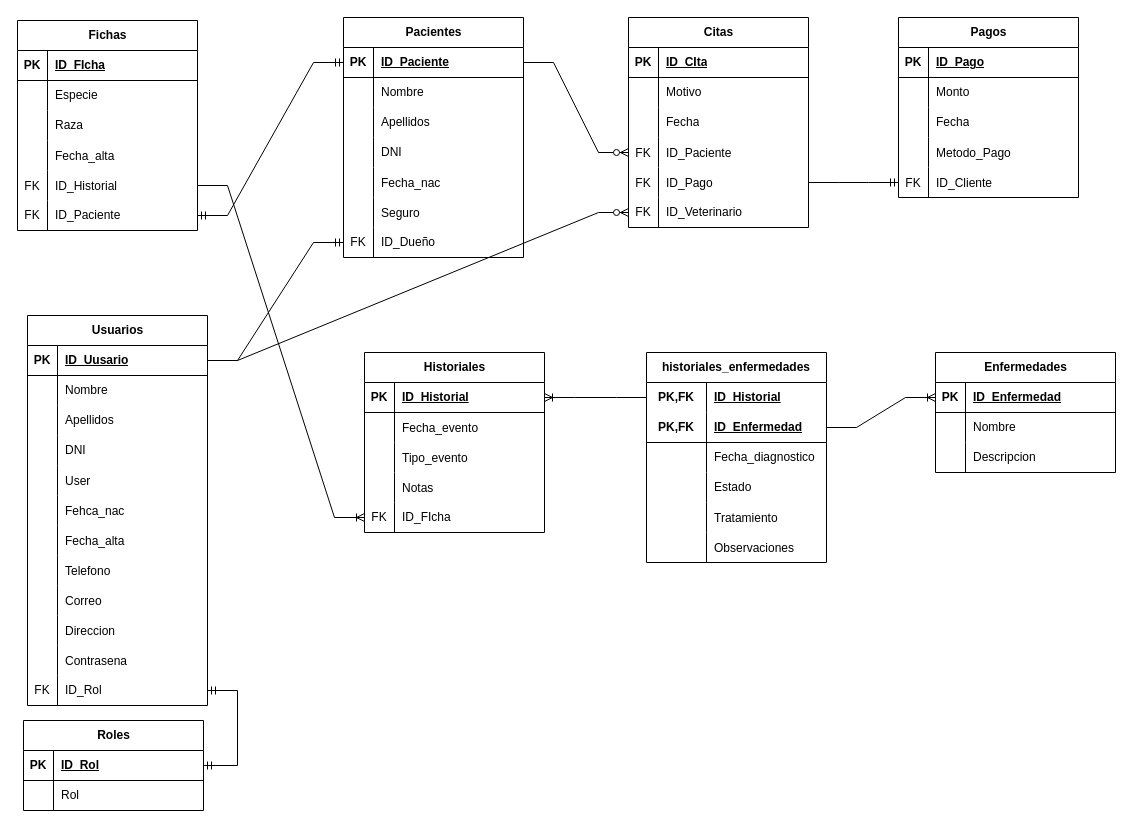
JJavierMartinez/Proyecto-final-DAM keeps this draw.io diagram as Base de datos/ERVeterniaria.drawio. Above is the earlier version. Source tidied: cells renumbered, new cells numbered last; positions are measured from the earlier drawing's top-left corner, leaving out a move shared by most shapes. Both pictures are drawn from the tidied source at 100%, with x=0, y=0 at pixel (17, 17).
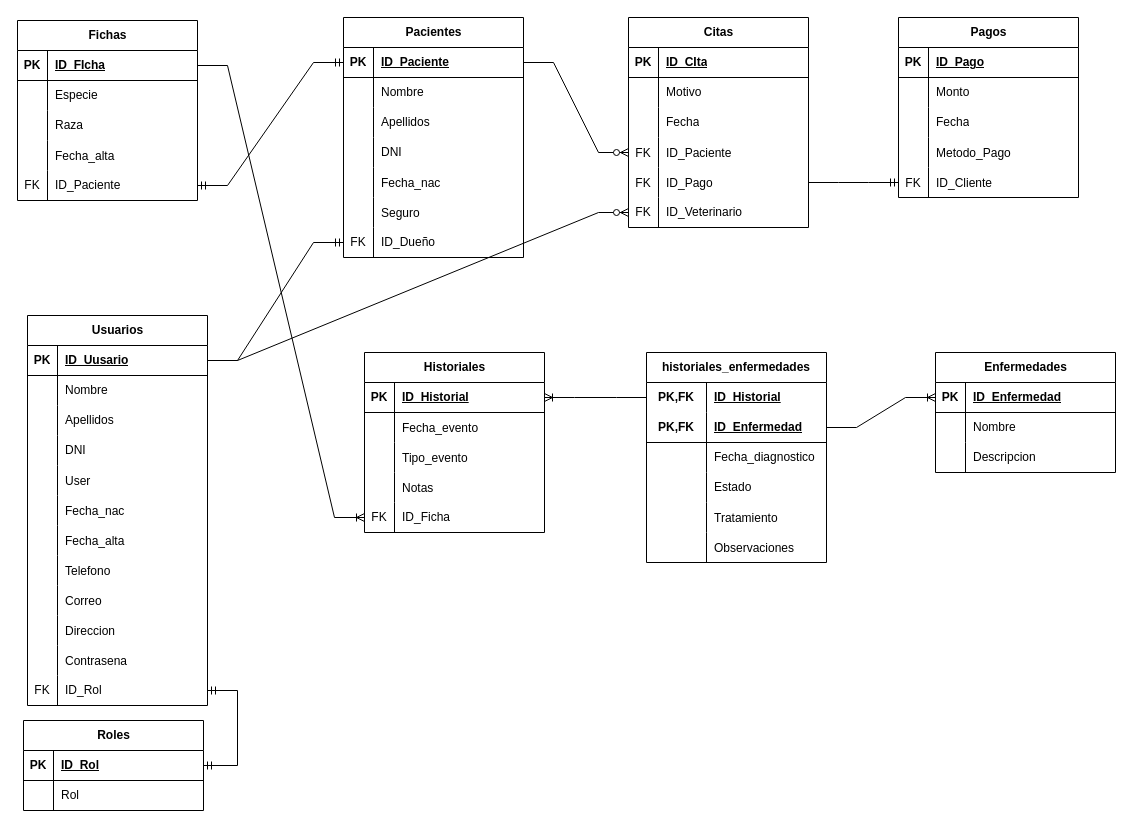
The same diagram, later.

Unchanged cells that the change refers to:
```xml
<mxCell id="18" style="shape=tableRow;horizontal=0;startSize=0;swimlaneHead=0;swimlaneBody=0;fillColor=none;top=0;left=0;right=0;bottom=0;" parent="2" vertex="1">
  <mxGeometry y="180" width="180" height="30" as="geometry" />
</mxCell>
<mxCell id="70" style="shape=tableRow;horizontal=0;startSize=0;swimlaneHead=0;swimlaneBody=0;fillColor=none;points=[[0,0.5],[1,0.5]];portConstraint=eastwest;top=0;left=0;right=0;bottom=1;" parent="69" vertex="1">
  <mxGeometry y="30" width="180" height="30" as="geometry" />
</mxCell>
<mxCell id="151" style="shape=tableRow;horizontal=0;startSize=0;swimlaneHead=0;swimlaneBody=0;fillColor=none;points=[[0,0.5],[1,0.5]];portConstraint=eastwest;top=0;left=0;right=0;bottom=0;" parent="138" vertex="1">
  <mxGeometry y="150" width="180" height="30" as="geometry" />
</mxCell>
```

Change to the diagram source:
```diff
@@
-    <mxCell id="20" value="Fehca_nac" style="shape=partialRectangle;fillColor=none;top=0;left=0;bottom=0;right=0;align=left;spacingLeft=6;overflow=hidden;" parent="18" vertex="1">
+    <mxCell id="20" value="Fecha_nac" style="shape=partialRectangle;fillColor=none;top=0;left=0;bottom=0;right=0;align=left;spacingLeft=6;overflow=hidden;" parent="18" vertex="1">
       <mxGeometry x="30" width="150" height="30" as="geometry" />
     </mxCell>
@@
     <mxCell id="69" value="Fichas" style="shape=table;startSize=30;childLayout=tableLayout;rowLines=0;fontStyle=1;align=center;html=1;" parent="1" vertex="1">
-      <mxGeometry y="3" width="180" height="210" as="geometry" />
+      <mxGeometry y="3" width="180" height="180" as="geometry" />
     </mxCell>
@@
-    <mxCell id="82" style="shape=tableRow;horizontal=0;startSize=0;swimlaneHead=0;swimlaneBody=0;fillColor=none;points=[[0,0.5],[1,0.5]];portConstraint=eastwest;top=0;left=0;right=0;bottom=0;" parent="69" vertex="1">
-      <mxGeometry y="150" width="180" height="30" as="geometry" />
-    </mxCell>
-    <mxCell id="83" value="FK" style="shape=partialRectangle;fillColor=none;top=0;left=0;bottom=0;right=0;overflow=hidden;" parent="82" vertex="1">
-      <mxGeometry width="30" height="30" as="geometry" />
-    </mxCell>
-    <mxCell id="84" value="ID_Historial" style="shape=partialRectangle;fillColor=none;top=0;left=0;bottom=0;right=0;align=left;spacingLeft=6;overflow=hidden;" parent="82" vertex="1">
-      <mxGeometry x="30" width="150" height="30" as="geometry" />
-    </mxCell>
     <mxCell id="85" style="shape=tableRow;horizontal=0;startSize=0;swimlaneHead=0;swimlaneBody=0;fillColor=none;points=[[0,0.5],[1,0.5]];portConstraint=eastwest;top=0;left=0;right=0;bottom=0;" parent="69" vertex="1">
-      <mxGeometry y="180" width="180" height="30" as="geometry" />
+      <mxGeometry y="150" width="180" height="30" as="geometry" />
     </mxCell>
@@
-    <mxCell id="153" value="ID_FIcha" style="shape=partialRectangle;fillColor=none;top=0;left=0;bottom=0;right=0;align=left;spacingLeft=6;overflow=hidden;whiteSpace=wrap;html=1;" parent="151" vertex="1">
+    <mxCell id="153" value="ID_Ficha" style="shape=partialRectangle;fillColor=none;top=0;left=0;bottom=0;right=0;align=left;spacingLeft=6;overflow=hidden;whiteSpace=wrap;html=1;" parent="151" vertex="1">
       <mxGeometry x="30" width="150" height="30" as="geometry" />
     </mxCell>
@@
-    <mxCell id="173" style="edgeStyle=entityRelationEdgeStyle;fontSize=12;html=1;endArrow=ERoneToMany;rounded=0;" parent="1" edge="1" source="82" target="151">
+    <mxCell id="173" style="edgeStyle=entityRelationEdgeStyle;fontSize=12;html=1;endArrow=ERoneToMany;rounded=0;" parent="1" edge="1" source="70" target="151">
       <mxGeometry relative="1" as="geometry" />
     </mxCell>
```
